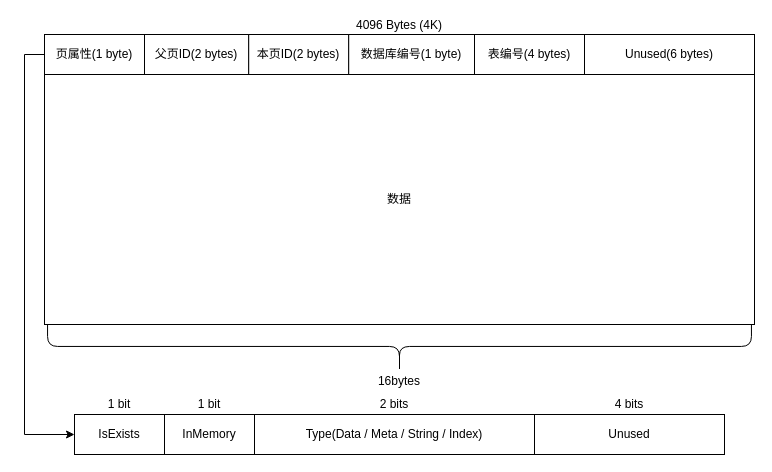
Above: docs/draw.io/文件页编码.drawio in caoaolong/csdb-teach (draw.io), before the change. Source tidied: cells renumbered, new cells numbered last; positions are measured from the earlier drawing's top-left corner, leaving out a move shared by most shapes. Both pictures are drawn from the tidied source at 100%, with x=0, y=0 at pixel (24, -6).
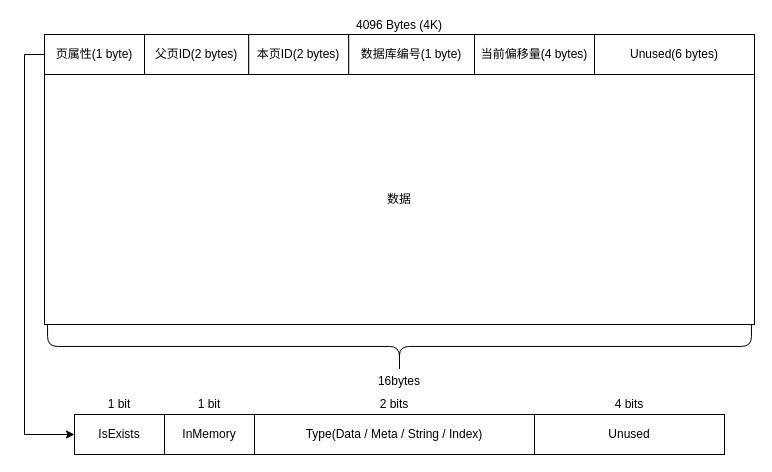
The same page after the edit.

What changed in the source:
```diff
@@
-    <mxCell id="19" value="表编号(4 bytes)" style="rounded=0;whiteSpace=wrap;html=1;" parent="1" vertex="1">
-      <mxGeometry x="450" y="40" width="110" height="40" as="geometry" />
+    <mxCell id="19" value="当前偏移量(4 bytes)" style="rounded=0;whiteSpace=wrap;html=1;" parent="1" vertex="1">
+      <mxGeometry x="450" y="40" width="120" height="40" as="geometry" />
     </mxCell>
     <mxCell id="20" value="Unused(6 bytes)" style="rounded=0;whiteSpace=wrap;html=1;" parent="1" vertex="1">
-      <mxGeometry x="560" y="40" width="170" height="40" as="geometry" />
+      <mxGeometry x="570" y="40" width="160" height="40" as="geometry" />
     </mxCell>
```
